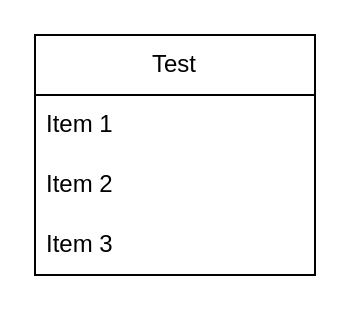
This is mcd.drawio from Maminjatovo/Mcd_hack_it_supernova, a draw.io file, before an edit. Source tidied: cells renumbered, new cells numbered last; positions are measured from the earlier drawing's top-left corner, leaving out a move shared by most shapes. Both pictures are drawn from the tidied source at 200%, with x=0, y=0 at pixel (34, 34).
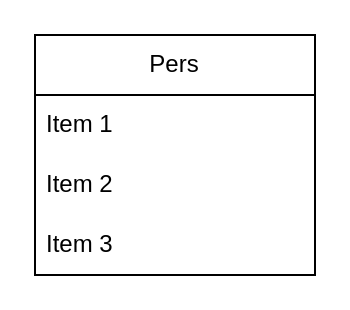
The same diagram, later.

Change to the diagram source:
```diff
@@
 <mxGraphModel>
   <root>
     <mxCell id="0" />
     <mxCell id="1" parent="0" />
-    <mxCell id="2" value="Test" style="swimlane;fontStyle=0;horizontal=1;startSize=30;whiteSpace=wrap;html=1;" parent="1" vertex="1">
+    <mxCell id="2" value="Pers" style="swimlane;fontStyle=0;horizontal=1;startSize=30;whiteSpace=wrap;html=1;" parent="1" vertex="1">
       <mxGeometry width="140" height="120" as="geometry" />
     </mxCell>
     <mxCell id="3" value="Item 1" style="text;strokeColor=none;fillColor=none;align=left;verticalAlign=middle;spacingLeft=4;spacingRight=4;overflow=hidden;whiteSpace=wrap;html=1;" parent="2" vertex="1">
       <mxGeometry y="30" width="140" height="30" as="geometry" />
     </mxCell>
     <mxCell id="4" value="Item 2" style="text;strokeColor=none;fillColor=none;align=left;verticalAlign=middle;spacingLeft=4;spacingRight=4;overflow=hidden;whiteSpace=wrap;html=1;" parent="2" vertex="1">
       <mxGeometry y="60" width="140" height="30" as="geometry" />
     </mxCell>
     <mxCell id="5" value="Item 3" style="text;strokeColor=none;fillColor=none;align=left;verticalAlign=middle;spacingLeft=4;spacingRight=4;overflow=hidden;whiteSpace=wrap;html=1;" parent="2" vertex="1">
       <mxGeometry y="90" width="140" height="30" as="geometry" />
     </mxCell>
   </root>
 </mxGraphModel>
```
